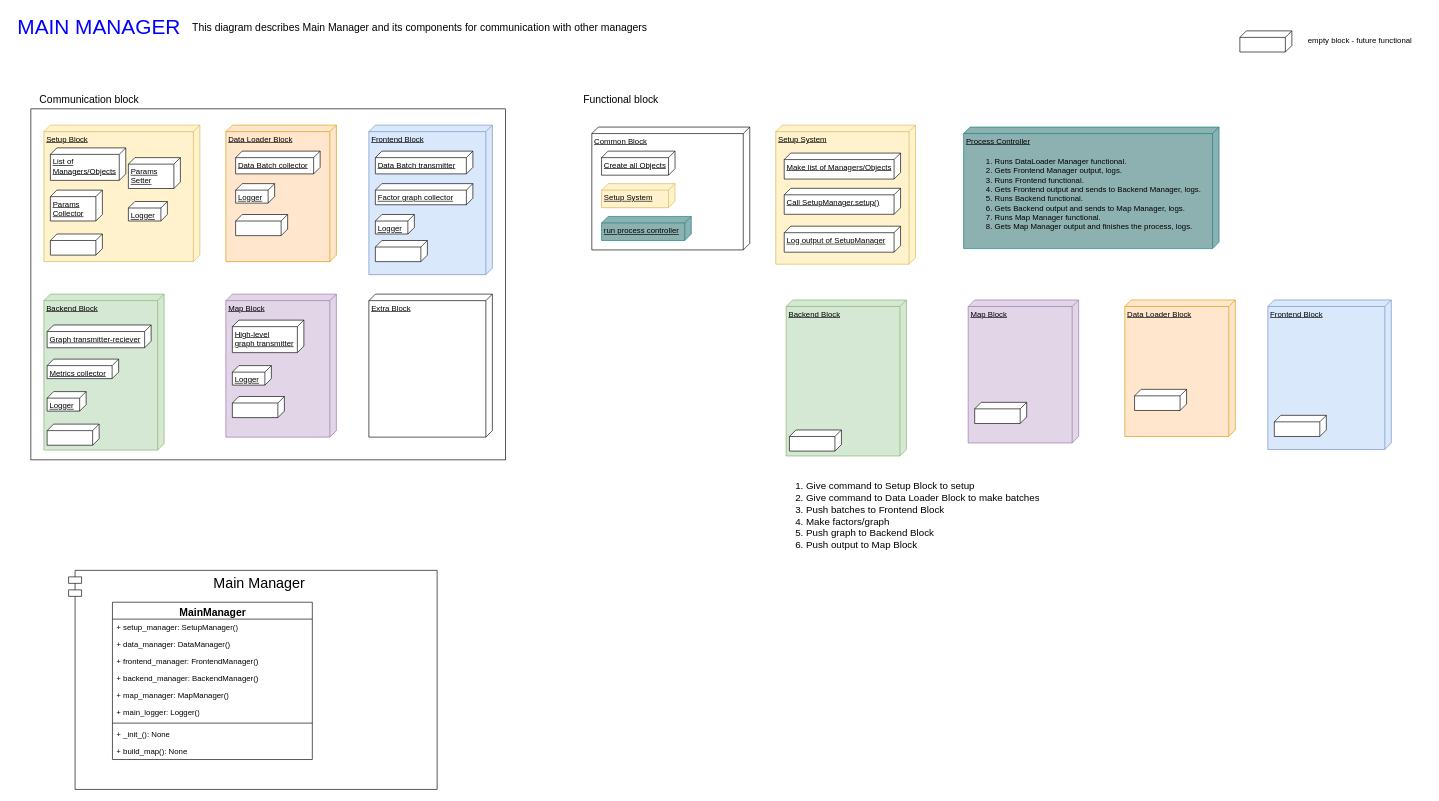
The draw.io diagram docs/diagrams/MainManager/MainManager.drawio in fatrybl/ModuSLAM, before the edit. Source tidied: cells renumbered, new cells numbered last; positions are measured from the earlier drawing's top-left corner, leaving out a move shared by most shapes. Both pictures are drawn from the tidied source at 65%, with x=0, y=0 at pixel (11, 11).
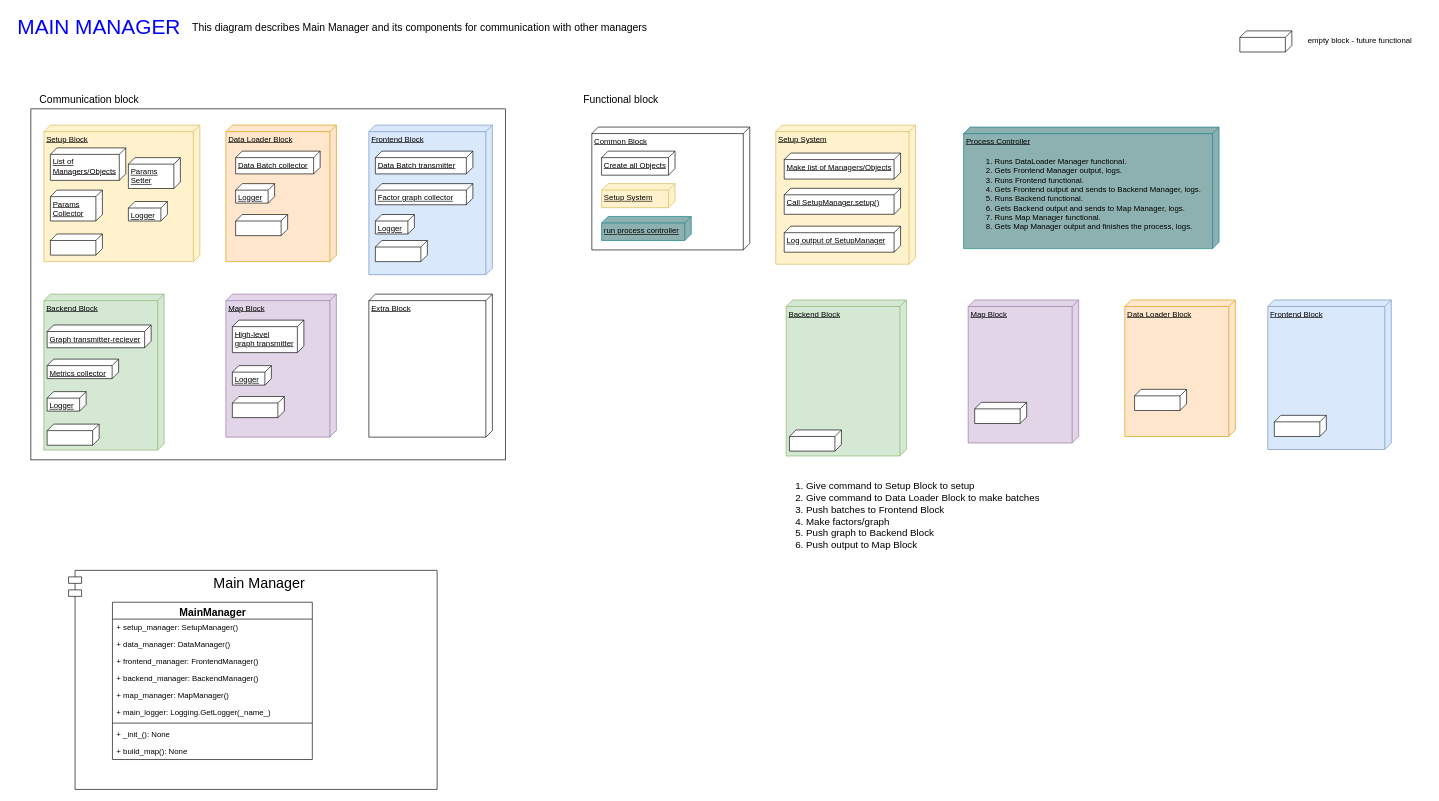
The same diagram, later.

Unchanged cells that the change refers to:
```xml
<mxCell id="54" value="&lt;font style=&quot;font-size: 16px;&quot;&gt;MainManager&lt;/font&gt;" style="swimlane;fontStyle=1;align=center;verticalAlign=top;horizontal=1;startSize=26;whiteSpace=wrap;html=1;" parent="1" vertex="1">
  <mxGeometry x="155.5" y="909" width="307.5" height="242" as="geometry" />
</mxCell>
```

Change to the diagram source:
```diff
@@
-    <mxCell id="60" value="+ main_logger: Logger()" style="text;strokeColor=none;fillColor=none;align=left;verticalAlign=top;spacingLeft=4;spacingRight=4;overflow=hidden;whiteSpace=wrap;html=1;" parent="54" vertex="1">
+    <mxCell id="60" value="+ main_logger: Logging.GetLogger(_name_)" style="text;strokeColor=none;fillColor=none;align=left;verticalAlign=top;spacingLeft=4;spacingRight=4;overflow=hidden;whiteSpace=wrap;html=1;" parent="54" vertex="1">
       <mxGeometry y="156" width="307.5" height="26" as="geometry" />
     </mxCell>
```
